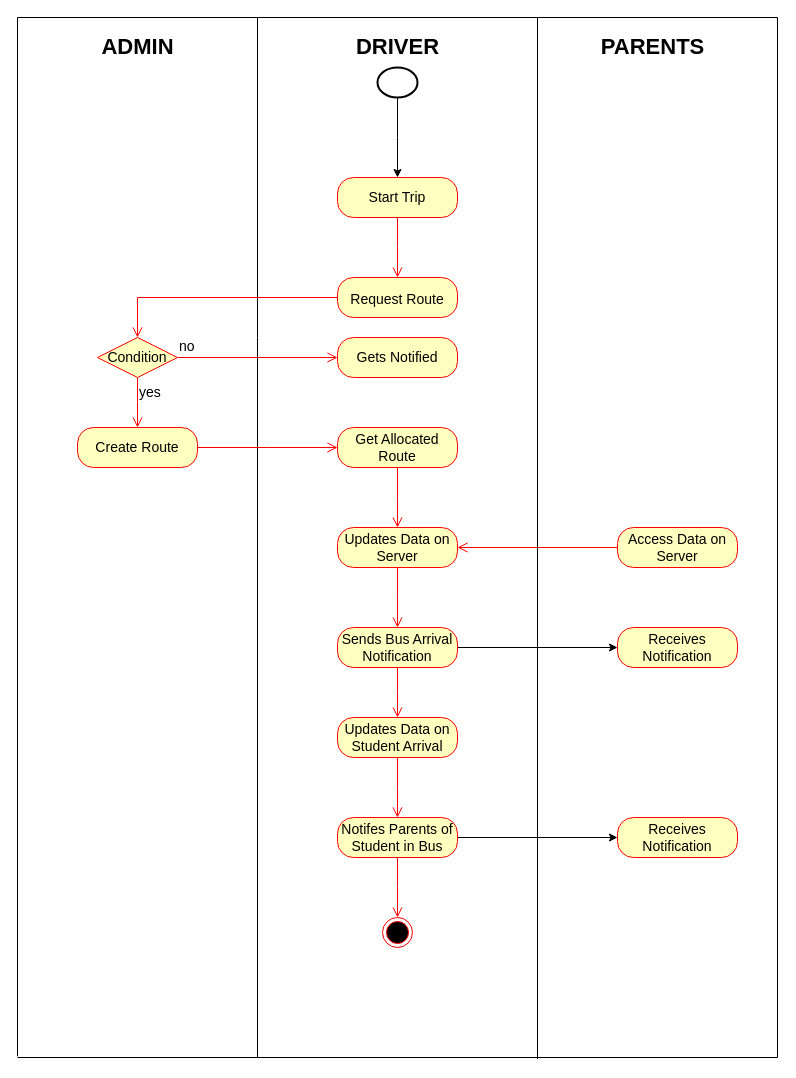
Above: Untitled Diagram.drawio in PankaKushwaha/Diagram- (draw.io), before the change. Source tidied: cells renumbered, new cells numbered last; positions are measured from the earlier drawing's top-left corner, leaving out a move shared by most shapes. Both pictures are drawn from the tidied source at 100%, with x=0, y=0 at pixel (17, 17).
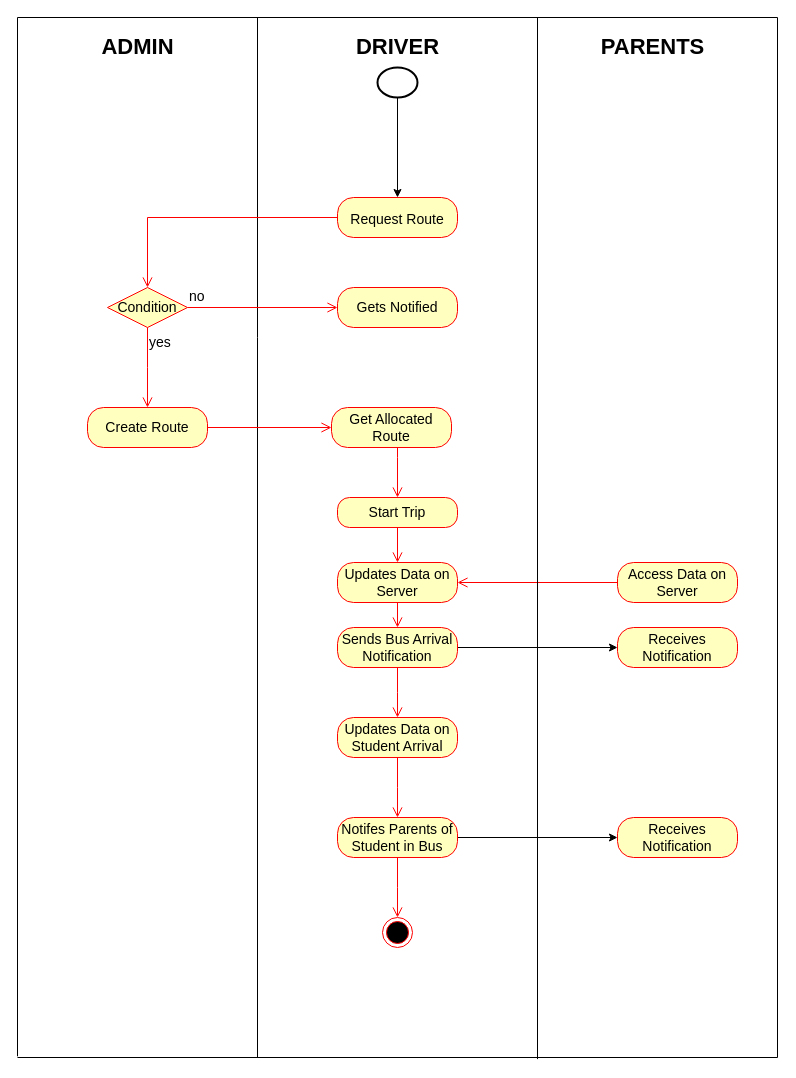
After the change.

The change refers to these unchanged cells:
```xml
<mxCell id="10" style="strokeWidth=2;html=1;shape=mxgraph.flowchart.start_2;whiteSpace=wrap;fontSize=22;" parent="1" vertex="1">
  <mxGeometry x="360" y="50" width="40" height="30" as="geometry" />
</mxCell>
```

Diff of the diagram source:
```diff
@@
-    <mxCell id="9" style="edgeStyle=orthogonalEdgeStyle;rounded=0;jettySize=auto;html=1;fontSize=22;" parent="1" edge="1" source="10">
-      <mxGeometry relative="1" as="geometry">
-        <mxPoint x="380" y="160" as="targetPoint" />
-      </mxGeometry>
+    <mxCell id="9" style="edgeStyle=orthogonalEdgeStyle;rounded=0;jettySize=auto;html=1;fontSize=22;entryX=0.5;entryY=0;entryDx=0;entryDy=0;" parent="1" edge="1" source="10" target="11">
+      <mxGeometry relative="1" as="geometry" />
     </mxCell>
@@
     <mxCell id="11" value="&lt;font style=&quot;font-size: 14px;&quot;&gt;Request Route&lt;/font&gt;" style="rounded=1;whiteSpace=wrap;html=1;arcSize=40;fontColor=#000000;fillColor=#ffffc0;strokeColor=#ff0000;fontSize=22;" parent="1" vertex="1">
-      <mxGeometry x="320" y="260" width="120" height="40" as="geometry" />
+      <mxGeometry x="320" y="180" width="120" height="40" as="geometry" />
     </mxCell>
@@
     <mxCell id="13" value="Start Trip" style="rounded=1;whiteSpace=wrap;html=1;arcSize=40;fontColor=#000000;fillColor=#ffffc0;strokeColor=#ff0000;fontSize=14;" parent="1" vertex="1">
-      <mxGeometry x="320" y="160" width="120" height="40" as="geometry" />
+      <mxGeometry x="320" y="480" width="120" height="30" as="geometry" />
     </mxCell>
-    <mxCell id="14" style="edgeStyle=orthogonalEdgeStyle;html=1;verticalAlign=bottom;endArrow=open;endSize=8;strokeColor=#ff0000;rounded=0;fontSize=14;" parent="1" edge="1" source="13">
-      <mxGeometry relative="1" as="geometry">
-        <mxPoint x="380" y="260" as="targetPoint" />
-      </mxGeometry>
+    <mxCell id="14" style="edgeStyle=orthogonalEdgeStyle;html=1;verticalAlign=bottom;endArrow=open;endSize=8;strokeColor=#ff0000;rounded=0;fontSize=14;entryX=0.5;entryY=0;entryDx=0;entryDy=0;" parent="1" edge="1" source="13" target="23">
+      <mxGeometry relative="1" as="geometry" />
     </mxCell>
     <mxCell id="15" value="Condition" style="rhombus;whiteSpace=wrap;html=1;fillColor=#ffffc0;strokeColor=#ff0000;fontSize=14;" parent="1" vertex="1">
-      <mxGeometry x="80" y="320" width="80" height="40" as="geometry" />
+      <mxGeometry x="90" y="270" width="80" height="40" as="geometry" />
     </mxCell>
-    <mxCell id="16" value="no" style="edgeStyle=orthogonalEdgeStyle;html=1;align=left;verticalAlign=bottom;endArrow=open;endSize=8;strokeColor=#ff0000;rounded=0;fontSize=14;" parent="1" edge="1" source="15">
-      <mxGeometry x="-1" relative="1" as="geometry">
-        <mxPoint x="320" y="340" as="targetPoint" />
-      </mxGeometry>
+    <mxCell id="16" value="no" style="edgeStyle=orthogonalEdgeStyle;html=1;align=left;verticalAlign=bottom;endArrow=open;endSize=8;strokeColor=#ff0000;rounded=0;fontSize=14;entryX=0;entryY=0.5;entryDx=0;entryDy=0;" parent="1" edge="1" source="15" target="18">
+      <mxGeometry x="-1" relative="1" as="geometry" />
     </mxCell>
     <mxCell id="17" value="yes" style="edgeStyle=orthogonalEdgeStyle;html=1;align=left;verticalAlign=top;endArrow=open;endSize=8;strokeColor=#ff0000;rounded=0;fontSize=14;" parent="1" edge="1" source="15">
       <mxGeometry x="-1" relative="1" as="geometry">
-        <mxPoint x="120" y="410" as="targetPoint" />
+        <mxPoint x="130" y="390" as="targetPoint" />
       </mxGeometry>
     </mxCell>
     <mxCell id="18" value="Gets Notified" style="rounded=1;whiteSpace=wrap;html=1;arcSize=40;fontColor=#000000;fillColor=#ffffc0;strokeColor=#ff0000;fontSize=14;" parent="1" vertex="1">
-      <mxGeometry x="320" y="320" width="120" height="40" as="geometry" />
+      <mxGeometry x="320" y="270" width="120" height="40" as="geometry" />
     </mxCell>
     <mxCell id="19" value="Create Route" style="rounded=1;whiteSpace=wrap;html=1;arcSize=40;fontColor=#000000;fillColor=#ffffc0;strokeColor=#ff0000;fontSize=14;" parent="1" vertex="1">
-      <mxGeometry x="60" y="410" width="120" height="40" as="geometry" />
+      <mxGeometry x="70" y="390" width="120" height="40" as="geometry" />
     </mxCell>
-    <mxCell id="20" style="edgeStyle=orthogonalEdgeStyle;html=1;verticalAlign=bottom;endArrow=open;endSize=8;strokeColor=#ff0000;rounded=0;fontSize=14;" parent="1" edge="1" source="19">
-      <mxGeometry relative="1" as="geometry">
-        <mxPoint x="320" y="430" as="targetPoint" />
-      </mxGeometry>
+    <mxCell id="20" style="edgeStyle=orthogonalEdgeStyle;html=1;verticalAlign=bottom;endArrow=open;endSize=8;strokeColor=#ff0000;rounded=0;fontSize=14;entryX=0;entryY=0.5;entryDx=0;entryDy=0;" parent="1" edge="1" source="19" target="21">
+      <mxGeometry relative="1" as="geometry" />
     </mxCell>
     <mxCell id="21" value="Get Allocated Route" style="rounded=1;whiteSpace=wrap;html=1;arcSize=40;fontColor=#000000;fillColor=#ffffc0;strokeColor=#ff0000;fontSize=14;" parent="1" vertex="1">
-      <mxGeometry x="320" y="410" width="120" height="40" as="geometry" />
+      <mxGeometry x="314" y="390" width="120" height="40" as="geometry" />
     </mxCell>
     <mxCell id="22" style="edgeStyle=orthogonalEdgeStyle;html=1;verticalAlign=bottom;endArrow=open;endSize=8;strokeColor=#ff0000;rounded=0;fontSize=14;" parent="1" edge="1" source="21">
       <mxGeometry relative="1" as="geometry">
-        <mxPoint x="380" y="510" as="targetPoint" />
+        <mxPoint x="380" y="480" as="targetPoint" />
+        <Array as="points">
+          <mxPoint x="380" y="440" />
+          <mxPoint x="380" y="440" />
+        </Array>
       </mxGeometry>
     </mxCell>
     <mxCell id="23" value="Updates Data on Server" style="rounded=1;whiteSpace=wrap;html=1;arcSize=40;fontColor=#000000;fillColor=#ffffc0;strokeColor=#ff0000;fontSize=14;" parent="1" vertex="1">
-      <mxGeometry x="320" y="510" width="120" height="40" as="geometry" />
+      <mxGeometry x="320" y="545" width="120" height="40" as="geometry" />
     </mxCell>
@@
     <mxCell id="25" value="Access Data on Server" style="rounded=1;whiteSpace=wrap;html=1;arcSize=40;fontColor=#000000;fillColor=#ffffc0;strokeColor=#ff0000;fontSize=14;" parent="1" vertex="1">
-      <mxGeometry x="600" y="510" width="120" height="40" as="geometry" />
+      <mxGeometry x="600" y="545" width="120" height="40" as="geometry" />
     </mxCell>
```
